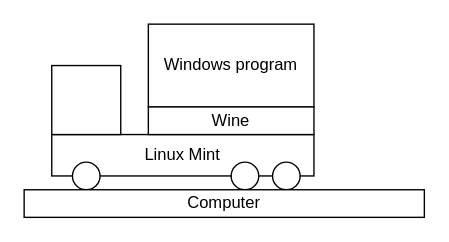
This is source/ways-to-run-Windows-Program-pictures/windows-program-on-linux-mint-and-wine.drawio from cdwijs/website, a draw.io file, before an edit. Source tidied: cells renumbered, new cells numbered last; positions are measured from the earlier drawing's top-left corner, leaving out a move shared by most shapes. Both pictures are drawn from the tidied source at 138%, with x=0, y=0 at pixel (23, 23). Pictures stored in the file or linked from it are replaced by grey dashed boxes.
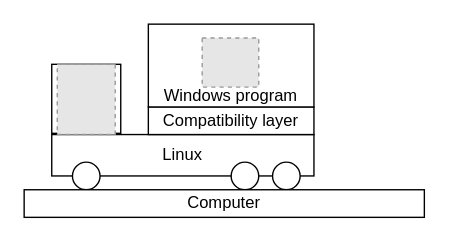
The same page after the edit.

Diff of the diagram source:
```diff
@@
 <mxGraphModel>
   <root>
     <mxCell id="0" />
     <mxCell id="1" parent="0" />
-    <mxCell id="2" value="Linux Mint" style="rounded=0;whiteSpace=wrap;html=1;" parent="1" vertex="1">
+    <mxCell id="2" value="Linux" style="rounded=0;whiteSpace=wrap;html=1;" parent="1" vertex="1">
       <mxGeometry x="20" y="80" width="190" height="30" as="geometry" />
     </mxCell>
     <mxCell id="3" style="ellipse;whiteSpace=wrap;html=1;" parent="1" vertex="1">
       <mxGeometry x="180" y="100" width="20" height="20" as="geometry" />
     </mxCell>
     <mxCell id="4" style="ellipse;whiteSpace=wrap;html=1;" parent="1" vertex="1">
       <mxGeometry x="150" y="100" width="20" height="20" as="geometry" />
     </mxCell>
     <mxCell id="5" style="ellipse;whiteSpace=wrap;html=1;" parent="1" vertex="1">
       <mxGeometry x="35" y="100" width="20" height="20" as="geometry" />
     </mxCell>
-    <mxCell id="6" style="rounded=0;whiteSpace=wrap;html=1;" parent="1" vertex="1">
-      <mxGeometry x="20" y="30" width="50" height="50" as="geometry" />
-    </mxCell>
-    <mxCell id="7" value="Windows program" style="rounded=0;whiteSpace=wrap;html=1;" parent="1" vertex="1">
-      <mxGeometry x="90" width="120" height="60" as="geometry" />
-    </mxCell>
     <mxCell id="8" value="Computer" style="rounded=0;whiteSpace=wrap;html=1;" parent="1" vertex="1">
       <mxGeometry y="120" width="290" height="20" as="geometry" />
     </mxCell>
-    <mxCell id="9" value="Wine" style="rounded=0;whiteSpace=wrap;html=1;" parent="1" vertex="1">
+    <mxCell id="9" value="Compatibility layer" style="rounded=0;whiteSpace=wrap;html=1;" parent="1" vertex="1">
       <mxGeometry x="90" y="60" width="120" height="20" as="geometry" />
     </mxCell>
+    <mxCell id="7" value="&lt;div&gt;&lt;br&gt;&lt;/div&gt;&lt;div&gt;&lt;br&gt;&lt;/div&gt;&lt;div&gt;&lt;br&gt;&lt;/div&gt;Windows program" style="rounded=0;whiteSpace=wrap;html=1;" parent="1" vertex="1">
+      <mxGeometry x="90" width="120" height="60" as="geometry" />
+    </mxCell>
+    <mxCell id="10" style="fillColor=#E6E6E6;strokeColor=#999999;dashed=1;verticalLabelPosition=bottom;labelBackgroundColor=default;verticalAlign=top;" parent="1" vertex="1">
+      <mxGeometry x="129" y="10" width="41" height="35.6" as="geometry" />
+    </mxCell>
+    <mxCell id="11" style="rounded=0;whiteSpace=wrap;html=1;" parent="1" vertex="1">
+      <mxGeometry x="20" y="29.1" width="50" height="50" as="geometry" />
+    </mxCell>
+    <mxCell id="12" style="fillColor=#E6E6E6;strokeColor=#999999;dashed=1;" parent="1" vertex="1">
+      <mxGeometry x="24" y="29.1" width="42" height="50.9" as="geometry" />
+    </mxCell>
   </root>
 </mxGraphModel>
```
